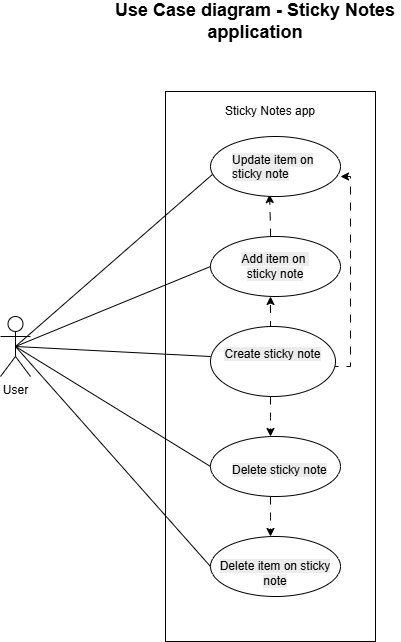
This is use_case_diagram.png from charnemunjee/sticky_notes, a draw.io export, as it was before one commit. Source tidied: cells renumbered, new cells last; positions are measured from the earlier drawing's top-left corner, leaving out a move shared by most shapes. Source of this version:
```xml
<mxGraphModel>
  <root>
    <mxCell id="0" />
    <mxCell id="1" parent="0" />
    <mxCell id="2" value="&lt;p&gt;&lt;br&gt;&lt;/p&gt;" style="rounded=0;whiteSpace=wrap;html=1;align=center;" parent="1" vertex="1">
      <mxGeometry x="165" y="85" width="210" height="550" as="geometry" />
    </mxCell>
    <mxCell id="3" style="edgeStyle=orthogonalEdgeStyle;rounded=0;jettySize=auto;html=1;entryX=0.5;entryY=1;entryDx=0;entryDy=0;dashed=1;dashPattern=8 8;exitX=0.5;exitY=0;exitDx=0;exitDy=0;" parent="1" edge="1" source="18">
      <mxGeometry relative="1" as="geometry">
        <mxPoint x="270" y="290" as="targetPoint" />
      </mxGeometry>
    </mxCell>
    <mxCell id="4" style="edgeStyle=orthogonalEdgeStyle;rounded=0;orthogonalLoop=1;jettySize=auto;html=1;exitX=0.5;exitY=1;exitDx=0;exitDy=0;entryX=0.5;entryY=0;entryDx=0;entryDy=0;dashed=1;dashPattern=8 8;" parent="1" edge="1">
      <mxGeometry relative="1" as="geometry">
        <mxPoint x="270" y="390" as="sourcePoint" />
        <mxPoint x="270" y="430" as="targetPoint" />
      </mxGeometry>
    </mxCell>
    <mxCell id="5" style="edgeStyle=orthogonalEdgeStyle;rounded=0;jettySize=auto;html=1;entryX=1;entryY=0.75;entryDx=0;entryDy=0;dashed=1;dashPattern=8 8;" parent="1" edge="1" target="16">
      <mxGeometry relative="1" as="geometry">
        <mxPoint x="330" y="360" as="sourcePoint" />
        <Array as="points">
          <mxPoint x="350" y="360" />
          <mxPoint x="350" y="170" />
        </Array>
      </mxGeometry>
    </mxCell>
    <mxCell id="6" style="edgeStyle=orthogonalEdgeStyle;rounded=0;orthogonalLoop=1;jettySize=auto;html=1;exitX=0.5;exitY=1;exitDx=0;exitDy=0;entryX=0.5;entryY=0;entryDx=0;entryDy=0;dashed=1;dashPattern=8 8;" parent="1" edge="1">
      <mxGeometry relative="1" as="geometry">
        <mxPoint x="270" y="490" as="sourcePoint" />
        <mxPoint x="270" y="530" as="targetPoint" />
      </mxGeometry>
    </mxCell>
    <mxCell id="7" style="edgeStyle=orthogonalEdgeStyle;rounded=0;jettySize=auto;html=1;dashed=1;dashPattern=8 8;entryX=0.454;entryY=0.967;entryDx=0;entryDy=0;entryPerimeter=0;" parent="1" edge="1" target="15">
      <mxGeometry relative="1" as="geometry">
        <mxPoint x="270" y="230" as="sourcePoint" />
        <Array as="points">
          <mxPoint x="270" y="220" />
        </Array>
      </mxGeometry>
    </mxCell>
    <mxCell id="8" value="User" style="shape=umlActor;verticalLabelPosition=bottom;verticalAlign=top;html=1;outlineConnect=0;" parent="1" vertex="1">
      <mxGeometry y="310" width="30" height="60" as="geometry" />
    </mxCell>
    <mxCell id="9" style="endArrow=none;html=1;rounded=0;exitX=0.5;exitY=0.5;exitDx=0;exitDy=0;exitPerimeter=0;entryX=0.023;entryY=0.617;entryDx=0;entryDy=0;entryPerimeter=0;" parent="1" edge="1" source="8" target="15">
      <mxGeometry relative="1" as="geometry" />
    </mxCell>
    <mxCell id="10" style="endArrow=none;html=1;rounded=0;exitX=0.5;exitY=0.5;exitDx=0;exitDy=0;exitPerimeter=0;entryX=0;entryY=0.5;entryDx=0;entryDy=0;" parent="1" edge="1" source="8">
      <mxGeometry relative="1" as="geometry">
        <mxPoint x="210" y="260" as="targetPoint" />
      </mxGeometry>
    </mxCell>
    <mxCell id="11" style="endArrow=none;html=1;rounded=0;exitX=0.5;exitY=0.5;exitDx=0;exitDy=0;exitPerimeter=0;" parent="1" edge="1" source="8">
      <mxGeometry relative="1" as="geometry">
        <mxPoint x="210" y="350" as="targetPoint" />
      </mxGeometry>
    </mxCell>
    <mxCell id="12" style="endArrow=none;html=1;rounded=0;entryX=0;entryY=0.5;entryDx=0;entryDy=0;exitX=0.5;exitY=0.5;exitDx=0;exitDy=0;exitPerimeter=0;" parent="1" edge="1" source="8">
      <mxGeometry relative="1" as="geometry">
        <mxPoint x="210" y="460" as="targetPoint" />
      </mxGeometry>
    </mxCell>
    <mxCell id="13" style="endArrow=none;html=1;rounded=0;exitX=0.5;exitY=0.5;exitDx=0;exitDy=0;exitPerimeter=0;entryX=0;entryY=0.5;entryDx=0;entryDy=0;" parent="1" edge="1" source="8">
      <mxGeometry relative="1" as="geometry">
        <mxPoint x="210" y="560" as="targetPoint" />
      </mxGeometry>
    </mxCell>
    <mxCell id="14" value="Sticky Notes app" style="text;html=1;whiteSpace=wrap;strokeColor=none;fillColor=none;align=center;verticalAlign=middle;rounded=0;" parent="1" vertex="1">
      <mxGeometry x="210" y="90" width="120" height="30" as="geometry" />
    </mxCell>
    <mxCell id="15" style="ellipse;whiteSpace=wrap;html=1;" parent="1" vertex="1">
      <mxGeometry x="210" y="130" width="130" height="60" as="geometry" />
    </mxCell>
    <mxCell id="16" value="&lt;span style=&quot;color: rgb(0, 0, 0); font-family: Helvetica; font-size: 12px; font-style: normal; font-variant-ligatures: normal; font-variant-caps: normal; font-weight: 400; letter-spacing: normal; orphans: 2; text-align: center; text-indent: 0px; text-transform: none; widows: 2; word-spacing: 0px; -webkit-text-stroke-width: 0px; white-space: normal; background-color: rgb(236, 236, 236); text-decoration-thickness: initial; text-decoration-style: initial; text-decoration-color: initial; display: inline !important; float: none;&quot;&gt;Update item on sticky note&lt;/span&gt;" style="text;whiteSpace=wrap;html=1;" parent="1" vertex="1">
      <mxGeometry x="230" y="140" width="110" height="40" as="geometry" />
    </mxCell>
    <mxCell id="17" value="&lt;br&gt;&lt;span style=&quot;color: rgb(0, 0, 0); font-family: Helvetica; font-size: 12px; font-style: normal; font-variant-ligatures: normal; font-variant-caps: normal; font-weight: 400; letter-spacing: normal; orphans: 2; text-align: center; text-indent: 0px; text-transform: none; widows: 2; word-spacing: 0px; -webkit-text-stroke-width: 0px; white-space: normal; background-color: rgb(236, 236, 236); text-decoration-thickness: initial; text-decoration-style: initial; text-decoration-color: initial; display: inline !important; float: none;&quot;&gt;Add item on&amp;nbsp;&lt;/span&gt;&lt;div&gt;&lt;span style=&quot;color: rgb(0, 0, 0); font-family: Helvetica; font-size: 12px; font-style: normal; font-variant-ligatures: normal; font-variant-caps: normal; font-weight: 400; letter-spacing: normal; orphans: 2; text-align: center; text-indent: 0px; text-transform: none; widows: 2; word-spacing: 0px; -webkit-text-stroke-width: 0px; white-space: normal; background-color: rgb(236, 236, 236); text-decoration-thickness: initial; text-decoration-style: initial; text-decoration-color: initial; display: inline !important; float: none;&quot;&gt;sticky note&lt;/span&gt;&lt;br&gt;&lt;br&gt;&lt;/div&gt;" style="ellipse;whiteSpace=wrap;html=1;" parent="1" vertex="1">
      <mxGeometry x="210" y="230" width="130" height="60" as="geometry" />
    </mxCell>
    <mxCell id="18" value="&#10;&lt;span style=&quot;color: rgb(0, 0, 0); font-family: Helvetica; font-size: 12px; font-style: normal; font-variant-ligatures: normal; font-variant-caps: normal; font-weight: 400; letter-spacing: normal; orphans: 2; text-align: center; text-indent: 0px; text-transform: none; widows: 2; word-spacing: 0px; -webkit-text-stroke-width: 0px; white-space: normal; background-color: rgb(236, 236, 236); text-decoration-thickness: initial; text-decoration-style: initial; text-decoration-color: initial; display: inline !important; float: none;&quot;&gt;Create sticky note&lt;/span&gt;&#10;&#10;" style="ellipse;whiteSpace=wrap;html=1;" parent="1" vertex="1">
      <mxGeometry x="210" y="320" width="125" height="70" as="geometry" />
    </mxCell>
    <mxCell id="19" style="ellipse;whiteSpace=wrap;html=1;" parent="1" vertex="1">
      <mxGeometry x="210" y="430" width="130" height="60" as="geometry" />
    </mxCell>
    <mxCell id="20" value="&lt;span style=&quot;color: rgb(0, 0, 0); font-family: Helvetica; font-size: 12px; font-style: normal; font-variant-ligatures: normal; font-variant-caps: normal; font-weight: 400; letter-spacing: normal; orphans: 2; text-align: center; text-indent: 0px; text-transform: none; widows: 2; word-spacing: 0px; -webkit-text-stroke-width: 0px; white-space: normal; background-color: rgb(236, 236, 236); text-decoration-thickness: initial; text-decoration-style: initial; text-decoration-color: initial; display: inline !important; float: none;&quot;&gt;Delete sticky note&lt;/span&gt;" style="text;whiteSpace=wrap;html=1;" parent="1" vertex="1">
      <mxGeometry x="230" y="450" width="130" height="40" as="geometry" />
    </mxCell>
    <mxCell id="21" value="&lt;br&gt;&lt;span style=&quot;color: rgb(0, 0, 0); font-family: Helvetica; font-size: 12px; font-style: normal; font-variant-ligatures: normal; font-variant-caps: normal; font-weight: 400; letter-spacing: normal; orphans: 2; text-align: center; text-indent: 0px; text-transform: none; widows: 2; word-spacing: 0px; -webkit-text-stroke-width: 0px; white-space: normal; background-color: rgb(236, 236, 236); text-decoration-thickness: initial; text-decoration-style: initial; text-decoration-color: initial; display: inline !important; float: none;&quot;&gt;&lt;br&gt;&lt;/span&gt;&lt;div&gt;&lt;span style=&quot;color: rgb(0, 0, 0); font-family: Helvetica; font-size: 12px; font-style: normal; font-variant-ligatures: normal; font-variant-caps: normal; font-weight: 400; letter-spacing: normal; orphans: 2; text-align: center; text-indent: 0px; text-transform: none; widows: 2; word-spacing: 0px; -webkit-text-stroke-width: 0px; white-space: normal; background-color: rgb(236, 236, 236); text-decoration-thickness: initial; text-decoration-style: initial; text-decoration-color: initial; display: inline !important; float: none;&quot;&gt;Delete item on sticky note&lt;/span&gt;&lt;br&gt;&lt;br&gt;&lt;/div&gt;" style="ellipse;whiteSpace=wrap;html=1;" parent="1" vertex="1">
      <mxGeometry x="210" y="530" width="130" height="60" as="geometry" />
    </mxCell>
    <mxCell id="22" value="&lt;b&gt;&lt;font style=&quot;font-size: 18px;&quot;&gt;Use Case diagram - Sticky Notes application&lt;/font&gt;&lt;/b&gt;" style="text;html=1;whiteSpace=wrap;strokeColor=none;fillColor=none;align=center;verticalAlign=middle;rounded=0;" parent="1" vertex="1">
      <mxGeometry x="110" width="290" height="30" as="geometry" />
    </mxCell>
  </root>
</mxGraphModel>
```
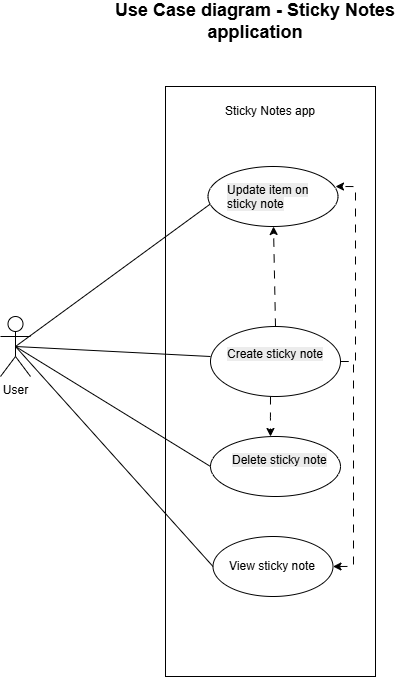
Above is the later version.

Change to the diagram source:
```diff
@@ -3,53 +3,20 @@
     <mxCell id="0" />
     <mxCell id="1" parent="0" />
     <mxCell id="2" value="&lt;p&gt;&lt;br&gt;&lt;/p&gt;" style="rounded=0;whiteSpace=wrap;html=1;align=center;" parent="1" vertex="1">
-      <mxGeometry x="165" y="85" width="210" height="550" as="geometry" />
+      <mxGeometry x="165" y="80" width="210" height="590" as="geometry" />
     </mxCell>
-    <mxCell id="3" style="edgeStyle=orthogonalEdgeStyle;rounded=0;jettySize=auto;html=1;entryX=0.5;entryY=1;entryDx=0;entryDy=0;dashed=1;dashPattern=8 8;exitX=0.5;exitY=0;exitDx=0;exitDy=0;" parent="1" edge="1" source="18">
-      <mxGeometry relative="1" as="geometry">
-        <mxPoint x="270" y="290" as="targetPoint" />
-      </mxGeometry>
-    </mxCell>
     <mxCell id="4" style="edgeStyle=orthogonalEdgeStyle;rounded=0;orthogonalLoop=1;jettySize=auto;html=1;exitX=0.5;exitY=1;exitDx=0;exitDy=0;entryX=0.5;entryY=0;entryDx=0;entryDy=0;dashed=1;dashPattern=8 8;" parent="1" edge="1">
       <mxGeometry relative="1" as="geometry">
         <mxPoint x="270" y="390" as="sourcePoint" />
         <mxPoint x="270" y="430" as="targetPoint" />
       </mxGeometry>
     </mxCell>
-    <mxCell id="5" style="edgeStyle=orthogonalEdgeStyle;rounded=0;jettySize=auto;html=1;entryX=1;entryY=0.75;entryDx=0;entryDy=0;dashed=1;dashPattern=8 8;" parent="1" edge="1" target="16">
-      <mxGeometry relative="1" as="geometry">
-        <mxPoint x="330" y="360" as="sourcePoint" />
-        <Array as="points">
-          <mxPoint x="350" y="360" />
-          <mxPoint x="350" y="170" />
-        </Array>
-      </mxGeometry>
-    </mxCell>
-    <mxCell id="6" style="edgeStyle=orthogonalEdgeStyle;rounded=0;orthogonalLoop=1;jettySize=auto;html=1;exitX=0.5;exitY=1;exitDx=0;exitDy=0;entryX=0.5;entryY=0;entryDx=0;entryDy=0;dashed=1;dashPattern=8 8;" parent="1" edge="1">
-      <mxGeometry relative="1" as="geometry">
-        <mxPoint x="270" y="490" as="sourcePoint" />
-        <mxPoint x="270" y="530" as="targetPoint" />
-      </mxGeometry>
-    </mxCell>
-    <mxCell id="7" style="edgeStyle=orthogonalEdgeStyle;rounded=0;jettySize=auto;html=1;dashed=1;dashPattern=8 8;entryX=0.454;entryY=0.967;entryDx=0;entryDy=0;entryPerimeter=0;" parent="1" edge="1" target="15">
-      <mxGeometry relative="1" as="geometry">
-        <mxPoint x="270" y="230" as="sourcePoint" />
-        <Array as="points">
-          <mxPoint x="270" y="220" />
-        </Array>
-      </mxGeometry>
-    </mxCell>
     <mxCell id="8" value="User" style="shape=umlActor;verticalLabelPosition=bottom;verticalAlign=top;html=1;outlineConnect=0;" parent="1" vertex="1">
       <mxGeometry y="310" width="30" height="60" as="geometry" />
     </mxCell>
     <mxCell id="9" style="endArrow=none;html=1;rounded=0;exitX=0.5;exitY=0.5;exitDx=0;exitDy=0;exitPerimeter=0;entryX=0.023;entryY=0.617;entryDx=0;entryDy=0;entryPerimeter=0;" parent="1" edge="1" source="8" target="15">
       <mxGeometry relative="1" as="geometry" />
     </mxCell>
-    <mxCell id="10" style="endArrow=none;html=1;rounded=0;exitX=0.5;exitY=0.5;exitDx=0;exitDy=0;exitPerimeter=0;entryX=0;entryY=0.5;entryDx=0;entryDy=0;" parent="1" edge="1" source="8">
-      <mxGeometry relative="1" as="geometry">
-        <mxPoint x="210" y="260" as="targetPoint" />
-      </mxGeometry>
-    </mxCell>
     <mxCell id="11" style="endArrow=none;html=1;rounded=0;exitX=0.5;exitY=0.5;exitDx=0;exitDy=0;exitPerimeter=0;" parent="1" edge="1" source="8">
       <mxGeometry relative="1" as="geometry">
         <mxPoint x="210" y="350" as="targetPoint" />
@@ -60,37 +27,53 @@
         <mxPoint x="210" y="460" as="targetPoint" />
       </mxGeometry>
     </mxCell>
-    <mxCell id="13" style="endArrow=none;html=1;rounded=0;exitX=0.5;exitY=0.5;exitDx=0;exitDy=0;exitPerimeter=0;entryX=0;entryY=0.5;entryDx=0;entryDy=0;" parent="1" edge="1" source="8">
-      <mxGeometry relative="1" as="geometry">
-        <mxPoint x="210" y="560" as="targetPoint" />
-      </mxGeometry>
-    </mxCell>
     <mxCell id="14" value="Sticky Notes app" style="text;html=1;whiteSpace=wrap;strokeColor=none;fillColor=none;align=center;verticalAlign=middle;rounded=0;" parent="1" vertex="1">
       <mxGeometry x="210" y="90" width="120" height="30" as="geometry" />
     </mxCell>
     <mxCell id="15" style="ellipse;whiteSpace=wrap;html=1;" parent="1" vertex="1">
-      <mxGeometry x="210" y="130" width="130" height="60" as="geometry" />
+      <mxGeometry x="207.5" y="160" width="130" height="60" as="geometry" />
     </mxCell>
     <mxCell id="16" value="&lt;span style=&quot;color: rgb(0, 0, 0); font-family: Helvetica; font-size: 12px; font-style: normal; font-variant-ligatures: normal; font-variant-caps: normal; font-weight: 400; letter-spacing: normal; orphans: 2; text-align: center; text-indent: 0px; text-transform: none; widows: 2; word-spacing: 0px; -webkit-text-stroke-width: 0px; white-space: normal; background-color: rgb(236, 236, 236); text-decoration-thickness: initial; text-decoration-style: initial; text-decoration-color: initial; display: inline !important; float: none;&quot;&gt;Update item on sticky note&lt;/span&gt;" style="text;whiteSpace=wrap;html=1;" parent="1" vertex="1">
-      <mxGeometry x="230" y="140" width="110" height="40" as="geometry" />
+      <mxGeometry x="225" y="170" width="110" height="40" as="geometry" />
     </mxCell>
-    <mxCell id="17" value="&lt;br&gt;&lt;span style=&quot;color: rgb(0, 0, 0); font-family: Helvetica; font-size: 12px; font-style: normal; font-variant-ligatures: normal; font-variant-caps: normal; font-weight: 400; letter-spacing: normal; orphans: 2; text-align: center; text-indent: 0px; text-transform: none; widows: 2; word-spacing: 0px; -webkit-text-stroke-width: 0px; white-space: normal; background-color: rgb(236, 236, 236); text-decoration-thickness: initial; text-decoration-style: initial; text-decoration-color: initial; display: inline !important; float: none;&quot;&gt;Add item on&amp;nbsp;&lt;/span&gt;&lt;div&gt;&lt;span style=&quot;color: rgb(0, 0, 0); font-family: Helvetica; font-size: 12px; font-style: normal; font-variant-ligatures: normal; font-variant-caps: normal; font-weight: 400; letter-spacing: normal; orphans: 2; text-align: center; text-indent: 0px; text-transform: none; widows: 2; word-spacing: 0px; -webkit-text-stroke-width: 0px; white-space: normal; background-color: rgb(236, 236, 236); text-decoration-thickness: initial; text-decoration-style: initial; text-decoration-color: initial; display: inline !important; float: none;&quot;&gt;sticky note&lt;/span&gt;&lt;br&gt;&lt;br&gt;&lt;/div&gt;" style="ellipse;whiteSpace=wrap;html=1;" parent="1" vertex="1">
-      <mxGeometry x="210" y="230" width="130" height="60" as="geometry" />
-    </mxCell>
+    <mxCell id="23" style="edgeStyle=orthogonalEdgeStyle;rounded=0;jettySize=auto;html=1;entryX=1;entryY=0.25;entryDx=0;entryDy=0;dashed=1;dashPattern=8 8;" parent="1" edge="1" source="18" target="16">
+      <mxGeometry relative="1" as="geometry">
+        <Array as="points">
+          <mxPoint x="355" y="355" />
+          <mxPoint x="355" y="180" />
+        </Array>
+      </mxGeometry>
+    </mxCell>
+    <mxCell id="24" style="edgeStyle=orthogonalEdgeStyle;rounded=0;jettySize=auto;html=1;entryX=1;entryY=0.5;entryDx=0;entryDy=0;dashed=1;dashPattern=8 8;" parent="1" edge="1" source="18" target="26">
+      <mxGeometry relative="1" as="geometry">
+        <Array as="points">
+          <mxPoint x="353" y="355" />
+          <mxPoint x="353" y="560" />
+        </Array>
+      </mxGeometry>
+    </mxCell>
     <mxCell id="18" value="&#10;&lt;span style=&quot;color: rgb(0, 0, 0); font-family: Helvetica; font-size: 12px; font-style: normal; font-variant-ligatures: normal; font-variant-caps: normal; font-weight: 400; letter-spacing: normal; orphans: 2; text-align: center; text-indent: 0px; text-transform: none; widows: 2; word-spacing: 0px; -webkit-text-stroke-width: 0px; white-space: normal; background-color: rgb(236, 236, 236); text-decoration-thickness: initial; text-decoration-style: initial; text-decoration-color: initial; display: inline !important; float: none;&quot;&gt;Create sticky note&lt;/span&gt;&#10;&#10;" style="ellipse;whiteSpace=wrap;html=1;" parent="1" vertex="1">
-      <mxGeometry x="210" y="320" width="125" height="70" as="geometry" />
+      <mxGeometry x="210" y="320" width="130" height="70" as="geometry" />
     </mxCell>
     <mxCell id="19" style="ellipse;whiteSpace=wrap;html=1;" parent="1" vertex="1">
       <mxGeometry x="210" y="430" width="130" height="60" as="geometry" />
     </mxCell>
     <mxCell id="20" value="&lt;span style=&quot;color: rgb(0, 0, 0); font-family: Helvetica; font-size: 12px; font-style: normal; font-variant-ligatures: normal; font-variant-caps: normal; font-weight: 400; letter-spacing: normal; orphans: 2; text-align: center; text-indent: 0px; text-transform: none; widows: 2; word-spacing: 0px; -webkit-text-stroke-width: 0px; white-space: normal; background-color: rgb(236, 236, 236); text-decoration-thickness: initial; text-decoration-style: initial; text-decoration-color: initial; display: inline !important; float: none;&quot;&gt;Delete sticky note&lt;/span&gt;" style="text;whiteSpace=wrap;html=1;" parent="1" vertex="1">
-      <mxGeometry x="230" y="450" width="130" height="40" as="geometry" />
+      <mxGeometry x="230" y="440" width="130" height="40" as="geometry" />
     </mxCell>
-    <mxCell id="21" value="&lt;br&gt;&lt;span style=&quot;color: rgb(0, 0, 0); font-family: Helvetica; font-size: 12px; font-style: normal; font-variant-ligatures: normal; font-variant-caps: normal; font-weight: 400; letter-spacing: normal; orphans: 2; text-align: center; text-indent: 0px; text-transform: none; widows: 2; word-spacing: 0px; -webkit-text-stroke-width: 0px; white-space: normal; background-color: rgb(236, 236, 236); text-decoration-thickness: initial; text-decoration-style: initial; text-decoration-color: initial; display: inline !important; float: none;&quot;&gt;&lt;br&gt;&lt;/span&gt;&lt;div&gt;&lt;span style=&quot;color: rgb(0, 0, 0); font-family: Helvetica; font-size: 12px; font-style: normal; font-variant-ligatures: normal; font-variant-caps: normal; font-weight: 400; letter-spacing: normal; orphans: 2; text-align: center; text-indent: 0px; text-transform: none; widows: 2; word-spacing: 0px; -webkit-text-stroke-width: 0px; white-space: normal; background-color: rgb(236, 236, 236); text-decoration-thickness: initial; text-decoration-style: initial; text-decoration-color: initial; display: inline !important; float: none;&quot;&gt;Delete item on sticky note&lt;/span&gt;&lt;br&gt;&lt;br&gt;&lt;/div&gt;" style="ellipse;whiteSpace=wrap;html=1;" parent="1" vertex="1">
-      <mxGeometry x="210" y="530" width="130" height="60" as="geometry" />
-    </mxCell>
     <mxCell id="22" value="&lt;b&gt;&lt;font style=&quot;font-size: 18px;&quot;&gt;Use Case diagram - Sticky Notes application&lt;/font&gt;&lt;/b&gt;" style="text;html=1;whiteSpace=wrap;strokeColor=none;fillColor=none;align=center;verticalAlign=middle;rounded=0;" parent="1" vertex="1">
       <mxGeometry x="110" width="290" height="30" as="geometry" />
     </mxCell>
+    <mxCell id="25" style="endArrow=classic;html=1;rounded=0;exitX=0.5;exitY=0;exitDx=0;exitDy=0;dashed=1;dashPattern=8 8;exitPerimeter=0;" parent="1" edge="1" source="18">
+      <mxGeometry relative="1" as="geometry">
+        <mxPoint x="273" y="220" as="targetPoint" />
+      </mxGeometry>
+    </mxCell>
+    <mxCell id="26" value="View sticky note" style="ellipse;whiteSpace=wrap;html=1;" parent="1" vertex="1">
+      <mxGeometry x="212.5" y="530" width="120" height="60" as="geometry" />
+    </mxCell>
+    <mxCell id="27" style="endArrow=none;html=1;rounded=0;exitX=0.5;exitY=0.5;exitDx=0;exitDy=0;exitPerimeter=0;entryX=0;entryY=0.5;entryDx=0;entryDy=0;" parent="1" edge="1" source="8" target="26">
+      <mxGeometry relative="1" as="geometry" />
+    </mxCell>
   </root>
 </mxGraphModel>
```
